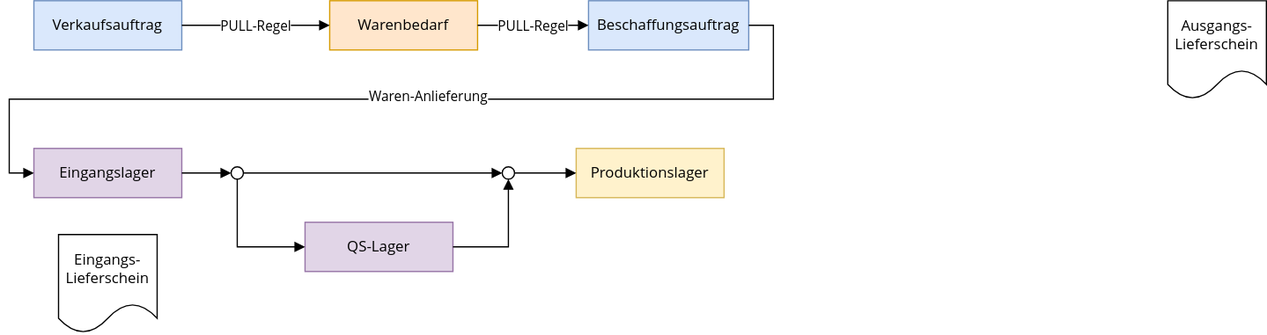
Mint-System/Odoo-Wiki keeps this draw.io diagram as assets/Best Practice Lager Warenfluss.svg. Above is the earlier version. Source tidied: cells renumbered, new cells last; positions are measured from the earlier drawing's top-left corner, leaving out a move shared by most shapes.
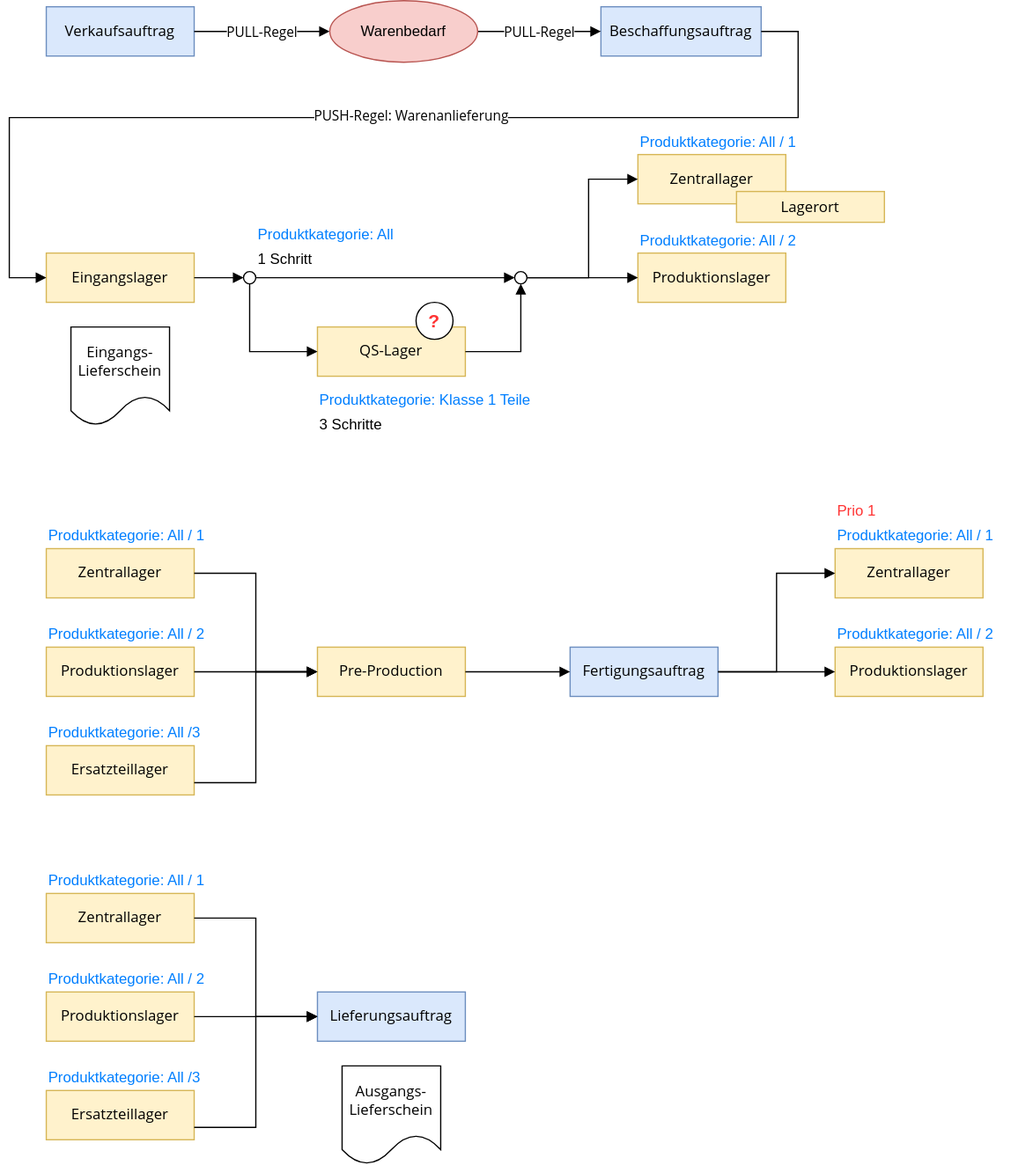
The same file after the commit.

What changed in the source:
```diff
@@ -3,54 +3,56 @@
     <mxCell id="0" />
     <mxCell id="1" parent="0" />
     <mxCell id="2" value="Ausgangs-Lieferschein" style="shape=document;whiteSpace=wrap;html=1;boundedLbl=1;fontFamily=Open Sans;" parent="1" vertex="1">
-      <mxGeometry x="940" width="80" height="80" as="geometry" />
+      <mxGeometry x="260" y="860" width="80" height="80" as="geometry" />
     </mxCell>
     <mxCell id="3" value="Verkaufsauftrag" style="rounded=0;whiteSpace=wrap;html=1;fontFamily=Open Sans;fillColor=#dae8fc;strokeColor=#6c8ebf;" parent="1" vertex="1">
       <mxGeometry x="20" width="120" height="40" as="geometry" />
     </mxCell>
-    <mxCell id="4" value="Warenbedarf" style="rounded=0;whiteSpace=wrap;html=1;fontFamily=Open Sans;fillColor=#ffe6cc;strokeColor=#d79b00;" parent="1" vertex="1">
-      <mxGeometry x="260" width="120" height="40" as="geometry" />
-    </mxCell>
     <mxCell id="5" value="Beschaffungsauftrag" style="rounded=0;whiteSpace=wrap;html=1;fontFamily=Open Sans;fillColor=#dae8fc;strokeColor=#6c8ebf;" parent="1" vertex="1">
       <mxGeometry x="470" width="130" height="40" as="geometry" />
     </mxCell>
     <mxCell id="6" value="PULL-Regel" style="endArrow=block;html=1;fontFamily=Open Sans;exitX=1;exitY=0.5;exitDx=0;exitDy=0;entryX=0;entryY=0.5;entryDx=0;entryDy=0;endFill=1;" parent="1" edge="1" source="3" target="4">
       <mxGeometry relative="1" as="geometry" />
     </mxCell>
-    <mxCell id="7" value="PULL-Regel" style="endArrow=block;html=1;fontFamily=Open Sans;exitX=1;exitY=0.5;exitDx=0;exitDy=0;entryX=0;entryY=0.5;entryDx=0;entryDy=0;endFill=1;" parent="1" edge="1" source="4" target="5">
+    <mxCell id="7" value="PULL-Regel" style="endArrow=block;html=1;fontFamily=Open Sans;exitX=1;exitY=0.5;exitDx=0;exitDy=0;entryX=0;entryY=0.5;entryDx=0;entryDy=0;endFill=1;exitPerimeter=0;" parent="1" edge="1" source="4" target="5">
       <mxGeometry relative="1" as="geometry">
         <Array as="points">
           <mxPoint x="420" y="20" />
         </Array>
       </mxGeometry>
     </mxCell>
-    <mxCell id="8" value="Produktionslager" style="rounded=0;whiteSpace=wrap;html=1;fontFamily=Open Sans;fillColor=#fff2cc;strokeColor=#d6b656;" parent="1" vertex="1">
-      <mxGeometry x="460" y="120" width="120" height="40" as="geometry" />
+    <mxCell id="8" value="Zentrallager" style="rounded=0;whiteSpace=wrap;html=1;fontFamily=Open Sans;fillColor=#fff2cc;strokeColor=#d6b656;" parent="1" vertex="1">
+      <mxGeometry x="500" y="120" width="120" height="40" as="geometry" />
     </mxCell>
-    <mxCell id="9" value="Eingangslager" style="rounded=0;whiteSpace=wrap;html=1;fontFamily=Open Sans;fillColor=#e1d5e7;strokeColor=#9673a6;" parent="1" vertex="1">
-      <mxGeometry x="20" y="120" width="120" height="40" as="geometry" />
+    <mxCell id="9" value="Eingangslager" style="rounded=0;whiteSpace=wrap;html=1;fontFamily=Open Sans;fillColor=#fff2cc;strokeColor=#d6b656;" parent="1" vertex="1">
+      <mxGeometry x="20" y="200" width="120" height="40" as="geometry" />
     </mxCell>
     <mxCell id="10" style="endArrow=block;html=1;fontFamily=Open Sans;exitX=1;exitY=0.5;exitDx=0;exitDy=0;entryX=0;entryY=0.5;entryDx=0;entryDy=0;edgeStyle=orthogonalEdgeStyle;rounded=0;endFill=1;" parent="1" edge="1" source="5" target="9">
       <mxGeometry relative="1" as="geometry">
         <Array as="points">
-          <mxPoint x="620" y="20" />
-          <mxPoint x="620" y="80" />
-          <mxPoint y="80" />
-          <mxPoint y="140" />
+          <mxPoint x="630" y="20" />
+          <mxPoint x="630" y="90" />
+          <mxPoint x="-10" y="90" />
+          <mxPoint x="-10" y="220" />
         </Array>
       </mxGeometry>
     </mxCell>
-    <mxCell id="11" value="Waren-Anlieferung" style="edgeLabel;html=1;align=center;verticalAlign=middle;fontFamily=Open Sans;" parent="10" vertex="1">
+    <mxCell id="11" value="PUSH-Regel: Warenanlieferung" style="edgeLabel;html=1;align=center;verticalAlign=middle;fontFamily=Open Sans;" parent="10" vertex="1">
       <mxGeometry x="-0.08" y="-3" relative="1" as="geometry" />
     </mxCell>
     <mxCell id="12" style="ellipse;whiteSpace=wrap;html=1;fontFamily=Open Sans;" parent="1" vertex="1">
-      <mxGeometry x="400" y="135" width="10" height="10" as="geometry" />
+      <mxGeometry x="400" y="215" width="10" height="10" as="geometry" />
     </mxCell>
-    <mxCell id="13" style="endArrow=block;html=1;fontFamily=Open Sans;exitX=1;exitY=0.5;exitDx=0;exitDy=0;entryX=0;entryY=0.5;entryDx=0;entryDy=0;endFill=1;" parent="1" edge="1" source="12" target="8">
-      <mxGeometry relative="1" as="geometry" />
+    <mxCell id="13" style="endArrow=block;html=1;fontFamily=Open Sans;exitX=1;exitY=0.5;exitDx=0;exitDy=0;entryX=0;entryY=0.5;entryDx=0;entryDy=0;endFill=1;edgeStyle=orthogonalEdgeStyle;rounded=0;" parent="1" edge="1" source="12" target="8">
+      <mxGeometry relative="1" as="geometry">
+        <Array as="points">
+          <mxPoint x="460" y="220" />
+          <mxPoint x="460" y="140" />
+        </Array>
+      </mxGeometry>
     </mxCell>
     <mxCell id="14" style="ellipse;whiteSpace=wrap;html=1;fontFamily=Open Sans;" parent="1" vertex="1">
-      <mxGeometry x="180" y="135" width="10" height="10" as="geometry" />
+      <mxGeometry x="180" y="215" width="10" height="10" as="geometry" />
     </mxCell>
     <mxCell id="15" style="endArrow=block;html=1;fontFamily=Open Sans;exitX=1;exitY=0.5;exitDx=0;exitDy=0;entryX=0;entryY=0.5;entryDx=0;entryDy=0;endFill=1;" parent="1" edge="1" source="9" target="14">
       <mxGeometry relative="1" as="geometry" />
@@ -58,8 +60,8 @@
     <mxCell id="16" style="endArrow=block;html=1;fontFamily=Open Sans;exitX=1;exitY=0.5;exitDx=0;exitDy=0;entryX=0;entryY=0.5;entryDx=0;entryDy=0;endFill=1;" parent="1" edge="1" source="14" target="12">
       <mxGeometry relative="1" as="geometry" />
     </mxCell>
-    <mxCell id="17" value="QS-Lager" style="rounded=0;whiteSpace=wrap;html=1;fontFamily=Open Sans;fillColor=#e1d5e7;strokeColor=#9673a6;" parent="1" vertex="1">
-      <mxGeometry x="240" y="180" width="120" height="40" as="geometry" />
+    <mxCell id="17" value="QS-Lager" style="rounded=0;whiteSpace=wrap;html=1;fontFamily=Open Sans;fillColor=#fff2cc;strokeColor=#d6b656;" parent="1" vertex="1">
+      <mxGeometry x="240" y="260" width="120" height="40" as="geometry" />
     </mxCell>
     <mxCell id="18" style="endArrow=block;html=1;fontFamily=Open Sans;exitX=1;exitY=0.5;exitDx=0;exitDy=0;entryX=0.5;entryY=1;entryDx=0;entryDy=0;edgeStyle=orthogonalEdgeStyle;rounded=0;endFill=1;" parent="1" edge="1" source="17" target="12">
       <mxGeometry relative="1" as="geometry" />
@@ -68,7 +70,157 @@
       <mxGeometry relative="1" as="geometry" />
     </mxCell>
     <mxCell id="20" value="Eingangs-Lieferschein" style="shape=document;whiteSpace=wrap;html=1;boundedLbl=1;fontFamily=Open Sans;" parent="1" vertex="1">
-      <mxGeometry x="40" y="190" width="80" height="80" as="geometry" />
+      <mxGeometry x="40" y="260" width="80" height="80" as="geometry" />
     </mxCell>
+    <mxCell id="21" value="Produktionslager" style="rounded=0;whiteSpace=wrap;html=1;fontFamily=Open Sans;fillColor=#fff2cc;strokeColor=#d6b656;" parent="1" vertex="1">
+      <mxGeometry x="500" y="200" width="120" height="40" as="geometry" />
+    </mxCell>
+    <mxCell id="22" style="endArrow=block;html=1;entryX=0;entryY=0.5;entryDx=0;entryDy=0;endFill=1;" parent="1" edge="1" target="21">
+      <mxGeometry relative="1" as="geometry">
+        <mxPoint x="410" y="220" as="sourcePoint" />
+      </mxGeometry>
+    </mxCell>
+    <mxCell id="23" value="Produktkategorie: Klasse 1 Teile" style="text;html=1;strokeColor=none;fillColor=none;align=left;verticalAlign=middle;whiteSpace=wrap;rounded=0;fontColor=#007FFF;" parent="1" vertex="1">
+      <mxGeometry x="240" y="310" width="210" height="20" as="geometry" />
+    </mxCell>
+    <mxCell id="24" value="3 Schritte" style="text;html=1;strokeColor=none;fillColor=none;align=left;verticalAlign=middle;whiteSpace=wrap;rounded=0;" parent="1" vertex="1">
+      <mxGeometry x="240" y="330" width="120" height="20" as="geometry" />
+    </mxCell>
+    <mxCell id="25" value="1 Schritt" style="text;html=1;strokeColor=none;fillColor=none;align=left;verticalAlign=middle;whiteSpace=wrap;rounded=0;" parent="1" vertex="1">
+      <mxGeometry x="190" y="195" width="120" height="20" as="geometry" />
+    </mxCell>
+    <mxCell id="26" value="Produktkategorie: All" style="text;html=1;strokeColor=none;fillColor=none;align=left;verticalAlign=middle;whiteSpace=wrap;rounded=0;fontColor=#007FFF;" parent="1" vertex="1">
+      <mxGeometry x="190" y="175" width="210" height="20" as="geometry" />
+    </mxCell>
+    <mxCell id="27" value="Pre-Production" style="rounded=0;whiteSpace=wrap;html=1;fontFamily=Open Sans;fillColor=#fff2cc;strokeColor=#d6b656;" parent="1" vertex="1">
+      <mxGeometry x="240" y="520" width="120" height="40" as="geometry" />
+    </mxCell>
+    <mxCell id="4" value="Warenbedarf" style="ellipse;whiteSpace=wrap;html=1;fillColor=#f8cecc;strokeColor=#b85450;" parent="1" vertex="1">
+      <mxGeometry x="250" y="-5" width="120" height="50" as="geometry" />
+    </mxCell>
+    <mxCell id="28" value="&lt;font style=&quot;font-size: 15px&quot; color=&quot;#ff3333&quot;&gt;&lt;b&gt;?&lt;/b&gt;&lt;/font&gt;" style="ellipse;whiteSpace=wrap;html=1;" parent="1" vertex="1">
+      <mxGeometry x="320" y="240" width="30" height="30" as="geometry" />
+    </mxCell>
+    <mxCell id="29" value="Lieferungsauftrag" style="rounded=0;whiteSpace=wrap;html=1;fontFamily=Open Sans;fillColor=#dae8fc;strokeColor=#6c8ebf;" parent="1" vertex="1">
+      <mxGeometry x="240" y="800" width="120" height="40" as="geometry" />
+    </mxCell>
+    <mxCell id="30" value="Produktkategorie: All / 1" style="text;html=1;strokeColor=none;fillColor=none;align=left;verticalAlign=middle;whiteSpace=wrap;rounded=0;fontColor=#007FFF;" parent="1" vertex="1">
+      <mxGeometry x="500" y="100" width="150" height="20" as="geometry" />
+    </mxCell>
+    <mxCell id="31" value="Produktkategorie: All / 2" style="text;html=1;strokeColor=none;fillColor=none;align=left;verticalAlign=middle;whiteSpace=wrap;rounded=0;fontColor=#007FFF;" parent="1" vertex="1">
+      <mxGeometry x="500" y="180" width="160" height="20" as="geometry" />
+    </mxCell>
+    <mxCell id="32" value="Zentrallager" style="rounded=0;whiteSpace=wrap;html=1;fontFamily=Open Sans;fillColor=#fff2cc;strokeColor=#d6b656;" parent="1" vertex="1">
+      <mxGeometry x="20" y="440" width="120" height="40" as="geometry" />
+    </mxCell>
+    <mxCell id="33" value="Produktionslager" style="rounded=0;whiteSpace=wrap;html=1;fontFamily=Open Sans;fillColor=#fff2cc;strokeColor=#d6b656;" parent="1" vertex="1">
+      <mxGeometry x="20" y="520" width="120" height="40" as="geometry" />
+    </mxCell>
+    <mxCell id="34" value="Ersatzteillager" style="rounded=0;whiteSpace=wrap;html=1;fontFamily=Open Sans;fillColor=#fff2cc;strokeColor=#d6b656;" parent="1" vertex="1">
+      <mxGeometry x="20" y="600" width="120" height="40" as="geometry" />
+    </mxCell>
+    <mxCell id="35" style="endArrow=block;html=1;exitX=1;exitY=0.5;exitDx=0;exitDy=0;entryX=0;entryY=0.5;entryDx=0;entryDy=0;edgeStyle=orthogonalEdgeStyle;rounded=0;endFill=1;" parent="1" edge="1" source="32">
+      <mxGeometry relative="1" as="geometry">
+        <mxPoint x="240" y="540" as="targetPoint" />
+        <Array as="points">
+          <mxPoint x="190" y="460" />
+          <mxPoint x="190" y="540" />
+        </Array>
+      </mxGeometry>
+    </mxCell>
+    <mxCell id="36" style="endArrow=block;html=1;endFill=1;entryX=0;entryY=0.5;entryDx=0;entryDy=0;" parent="1" edge="1" source="33">
+      <mxGeometry relative="1" as="geometry">
+        <mxPoint x="240" y="540" as="targetPoint" />
+      </mxGeometry>
+    </mxCell>
+    <mxCell id="37" style="endArrow=block;html=1;exitX=1;exitY=0.75;exitDx=0;exitDy=0;entryX=0;entryY=0.5;entryDx=0;entryDy=0;edgeStyle=orthogonalEdgeStyle;rounded=0;endFill=1;" parent="1" edge="1" source="34">
+      <mxGeometry relative="1" as="geometry">
+        <mxPoint x="240" y="540" as="targetPoint" />
+        <Array as="points">
+          <mxPoint x="190" y="630" />
+          <mxPoint x="190" y="540" />
+        </Array>
+      </mxGeometry>
+    </mxCell>
+    <mxCell id="38" value="Produktkategorie: All / 1" style="text;html=1;strokeColor=none;fillColor=none;align=left;verticalAlign=middle;whiteSpace=wrap;rounded=0;fontColor=#007FFF;" parent="1" vertex="1">
+      <mxGeometry x="20" y="420" width="150" height="20" as="geometry" />
+    </mxCell>
+    <mxCell id="39" value="Produktkategorie: All / 2" style="text;html=1;strokeColor=none;fillColor=none;align=left;verticalAlign=middle;whiteSpace=wrap;rounded=0;fontColor=#007FFF;" parent="1" vertex="1">
+      <mxGeometry x="20" y="500" width="160" height="20" as="geometry" />
+    </mxCell>
+    <mxCell id="40" value="Produktkategorie: All /3" style="text;html=1;strokeColor=none;fillColor=none;align=left;verticalAlign=middle;whiteSpace=wrap;rounded=0;fontColor=#007FFF;" parent="1" vertex="1">
+      <mxGeometry x="20" y="580" width="160" height="20" as="geometry" />
+    </mxCell>
+    <mxCell id="41" value="Fertigungsauftrag" style="rounded=0;whiteSpace=wrap;html=1;fontFamily=Open Sans;fillColor=#dae8fc;strokeColor=#6c8ebf;" parent="1" vertex="1">
+      <mxGeometry x="445" y="520" width="120" height="40" as="geometry" />
+    </mxCell>
+    <mxCell id="42" value="Zentrallager" style="rounded=0;whiteSpace=wrap;html=1;fontFamily=Open Sans;fillColor=#fff2cc;strokeColor=#d6b656;" parent="1" vertex="1">
+      <mxGeometry x="660" y="440" width="120" height="40" as="geometry" />
+    </mxCell>
+    <mxCell id="43" value="Produktionslager" style="rounded=0;whiteSpace=wrap;html=1;fontFamily=Open Sans;fillColor=#fff2cc;strokeColor=#d6b656;" parent="1" vertex="1">
+      <mxGeometry x="660" y="520" width="120" height="40" as="geometry" />
+    </mxCell>
+    <mxCell id="44" value="Produktkategorie: All / 1" style="text;html=1;strokeColor=none;fillColor=none;align=left;verticalAlign=middle;whiteSpace=wrap;rounded=0;fontColor=#007FFF;" parent="1" vertex="1">
+      <mxGeometry x="660" y="420" width="150" height="20" as="geometry" />
+    </mxCell>
+    <mxCell id="45" value="Produktkategorie: All / 2" style="text;html=1;strokeColor=none;fillColor=none;align=left;verticalAlign=middle;whiteSpace=wrap;rounded=0;fontColor=#007FFF;" parent="1" vertex="1">
+      <mxGeometry x="660" y="500" width="160" height="20" as="geometry" />
+    </mxCell>
+    <mxCell id="46" style="endArrow=block;html=1;entryX=0;entryY=0.5;entryDx=0;entryDy=0;exitX=1;exitY=0.5;exitDx=0;exitDy=0;edgeStyle=orthogonalEdgeStyle;rounded=0;endFill=1;" parent="1" edge="1" source="41" target="42">
+      <mxGeometry relative="1" as="geometry" />
+    </mxCell>
+    <mxCell id="47" style="endArrow=block;html=1;entryX=0;entryY=0.5;entryDx=0;entryDy=0;exitX=1;exitY=0.5;exitDx=0;exitDy=0;endFill=1;" parent="1" edge="1" source="41" target="43">
+      <mxGeometry relative="1" as="geometry" />
+    </mxCell>
+    <mxCell id="48" style="endArrow=block;html=1;exitX=1;exitY=0.5;exitDx=0;exitDy=0;entryX=0;entryY=0.5;entryDx=0;entryDy=0;endFill=1;" parent="1" edge="1" source="27" target="41">
+      <mxGeometry relative="1" as="geometry" />
+    </mxCell>
+    <mxCell id="49" value="Zentrallager" style="rounded=0;whiteSpace=wrap;html=1;fontFamily=Open Sans;fillColor=#fff2cc;strokeColor=#d6b656;" parent="1" vertex="1">
+      <mxGeometry x="20" y="720" width="120" height="40" as="geometry" />
+    </mxCell>
+    <mxCell id="50" value="Produktionslager" style="rounded=0;whiteSpace=wrap;html=1;fontFamily=Open Sans;fillColor=#fff2cc;strokeColor=#d6b656;" parent="1" vertex="1">
+      <mxGeometry x="20" y="800" width="120" height="40" as="geometry" />
+    </mxCell>
+    <mxCell id="51" value="Ersatzteillager" style="rounded=0;whiteSpace=wrap;html=1;fontFamily=Open Sans;fillColor=#fff2cc;strokeColor=#d6b656;" parent="1" vertex="1">
+      <mxGeometry x="20" y="880" width="120" height="40" as="geometry" />
+    </mxCell>
+    <mxCell id="52" style="endArrow=block;html=1;exitX=1;exitY=0.5;exitDx=0;exitDy=0;entryX=0;entryY=0.5;entryDx=0;entryDy=0;edgeStyle=orthogonalEdgeStyle;rounded=0;endFill=1;" parent="1" edge="1" source="49">
+      <mxGeometry relative="1" as="geometry">
+        <mxPoint x="240" y="820" as="targetPoint" />
+        <Array as="points">
+          <mxPoint x="190" y="740" />
+          <mxPoint x="190" y="820" />
+        </Array>
+      </mxGeometry>
+    </mxCell>
+    <mxCell id="53" style="endArrow=block;html=1;endFill=1;entryX=0;entryY=0.5;entryDx=0;entryDy=0;" parent="1" edge="1" source="50">
+      <mxGeometry relative="1" as="geometry">
+        <mxPoint x="240" y="820" as="targetPoint" />
+      </mxGeometry>
+    </mxCell>
+    <mxCell id="54" style="endArrow=block;html=1;exitX=1;exitY=0.75;exitDx=0;exitDy=0;entryX=0;entryY=0.5;entryDx=0;entryDy=0;edgeStyle=orthogonalEdgeStyle;rounded=0;endFill=1;" parent="1" edge="1" source="51">
+      <mxGeometry relative="1" as="geometry">
+        <mxPoint x="240" y="820" as="targetPoint" />
+        <Array as="points">
+          <mxPoint x="190" y="910" />
+          <mxPoint x="190" y="820" />
+        </Array>
+      </mxGeometry>
+    </mxCell>
+    <mxCell id="55" value="Produktkategorie: All / 1" style="text;html=1;strokeColor=none;fillColor=none;align=left;verticalAlign=middle;whiteSpace=wrap;rounded=0;fontColor=#007FFF;" parent="1" vertex="1">
+      <mxGeometry x="20" y="700" width="150" height="20" as="geometry" />
+    </mxCell>
+    <mxCell id="56" value="Produktkategorie: All / 2" style="text;html=1;strokeColor=none;fillColor=none;align=left;verticalAlign=middle;whiteSpace=wrap;rounded=0;fontColor=#007FFF;" parent="1" vertex="1">
+      <mxGeometry x="20" y="780" width="160" height="20" as="geometry" />
+    </mxCell>
+    <mxCell id="57" value="Produktkategorie: All /3" style="text;html=1;strokeColor=none;fillColor=none;align=left;verticalAlign=middle;whiteSpace=wrap;rounded=0;fontColor=#007FFF;" parent="1" vertex="1">
+      <mxGeometry x="20" y="860" width="160" height="20" as="geometry" />
+    </mxCell>
+    <mxCell id="58" value="Prio 1" style="text;html=1;strokeColor=none;fillColor=none;align=left;verticalAlign=middle;whiteSpace=wrap;rounded=0;fontColor=#FF3333;" parent="1" vertex="1">
+      <mxGeometry x="660" y="400" width="150" height="20" as="geometry" />
+    </mxCell>
+    <mxCell id="59" value="Lagerort" style="rounded=0;whiteSpace=wrap;html=1;fontFamily=Open Sans;fillColor=#fff2cc;strokeColor=#d6b656;" parent="1" vertex="1">
+      <mxGeometry x="580" y="150" width="120" height="25" as="geometry" />
+    </mxCell>
   </root>
 </mxGraphModel>
```
